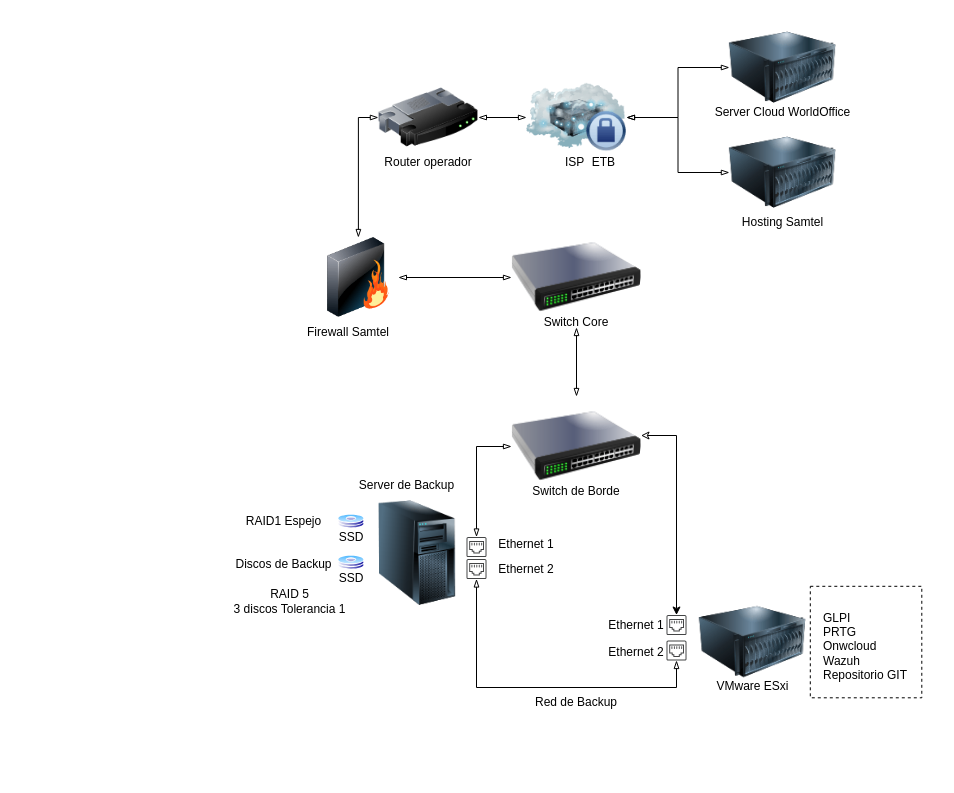
Above: Diagrama sin título.drawio in CodeTechNews/Prototipo (draw.io), before the change. Source tidied: cells renumbered, new cells numbered last; positions are measured from the earlier drawing's top-left corner, leaving out a move shared by most shapes. Both pictures are drawn from the tidied source at 100%, with x=0, y=0 at pixel (166, 17).
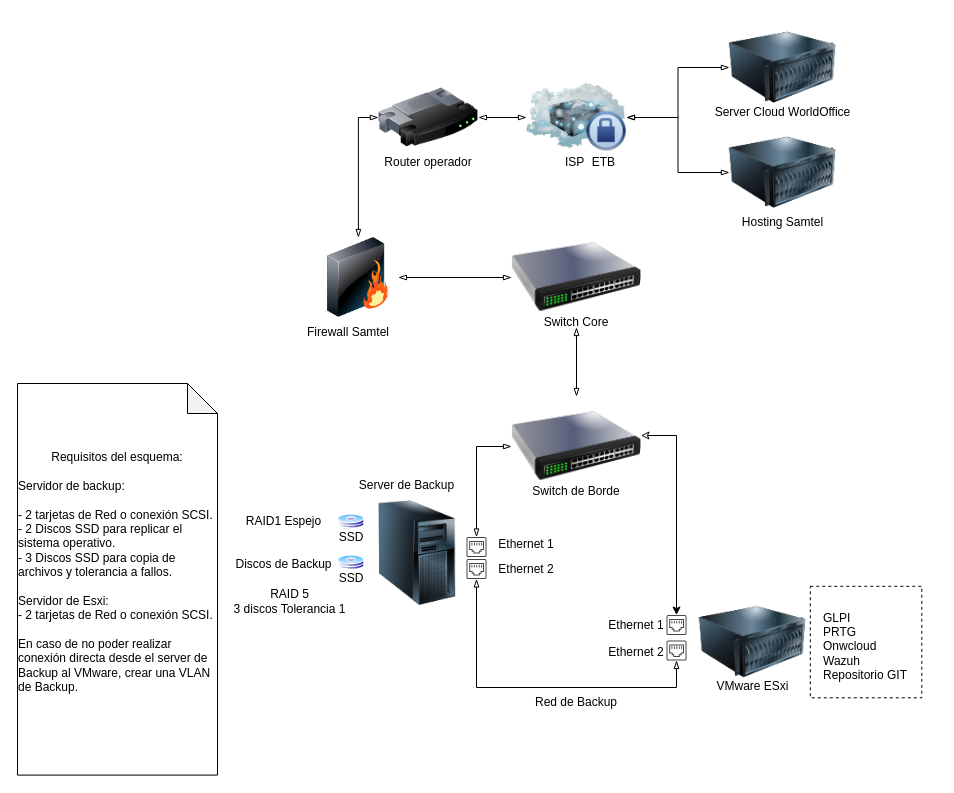
Above is the later version.

Change to the diagram source:
```diff
@@
+    <mxCell id="47" value="Requisitos del esquema:&lt;div&gt;&lt;br&gt;&lt;/div&gt;&lt;div style=&quot;text-align: left;&quot;&gt;Servidor de backup:&lt;/div&gt;&lt;div style=&quot;text-align: left;&quot;&gt;&lt;br&gt;&lt;/div&gt;&lt;div style=&quot;text-align: left;&quot;&gt;- 2 tarjetas de Red o&amp;nbsp;conexión SCSI.&lt;/div&gt;&lt;div style=&quot;text-align: left;&quot;&gt;- 2 Discos SSD para replicar el sistema operativo.&lt;/div&gt;&lt;div style=&quot;text-align: left;&quot;&gt;- 3 Discos SSD para copia de archivos y tolerancia a fallos.&lt;/div&gt;&lt;div style=&quot;text-align: left;&quot;&gt;&lt;br&gt;&lt;/div&gt;&lt;div style=&quot;text-align: left;&quot;&gt;Servidor de Esxi:&lt;/div&gt;&lt;div style=&quot;text-align: left;&quot;&gt;- 2 tarjetas de Red o conexión SCSI.&lt;/div&gt;&lt;div style=&quot;text-align: left;&quot;&gt;&lt;span style=&quot;background-color: transparent; color: light-dark(rgb(0, 0, 0), rgb(255, 255, 255));&quot;&gt;&lt;br&gt;&lt;/span&gt;&lt;/div&gt;&lt;div style=&quot;text-align: left;&quot;&gt;&lt;span style=&quot;background-color: transparent; color: light-dark(rgb(0, 0, 0), rgb(255, 255, 255));&quot;&gt;En caso de no poder realizar conexión directa desde el server de Backup al VMware, crear una VLAN de Backup.&amp;nbsp;&amp;nbsp;&lt;/span&gt;&lt;/div&gt;&lt;div&gt;&lt;br&gt;&lt;/div&gt;" style="shape=note;whiteSpace=wrap;html=1;backgroundOutline=1;darkOpacity=0.05;" parent="1" vertex="1">
+      <mxGeometry x="-149" y="366" width="200" height="391.6" as="geometry" />
+    </mxCell>
```
